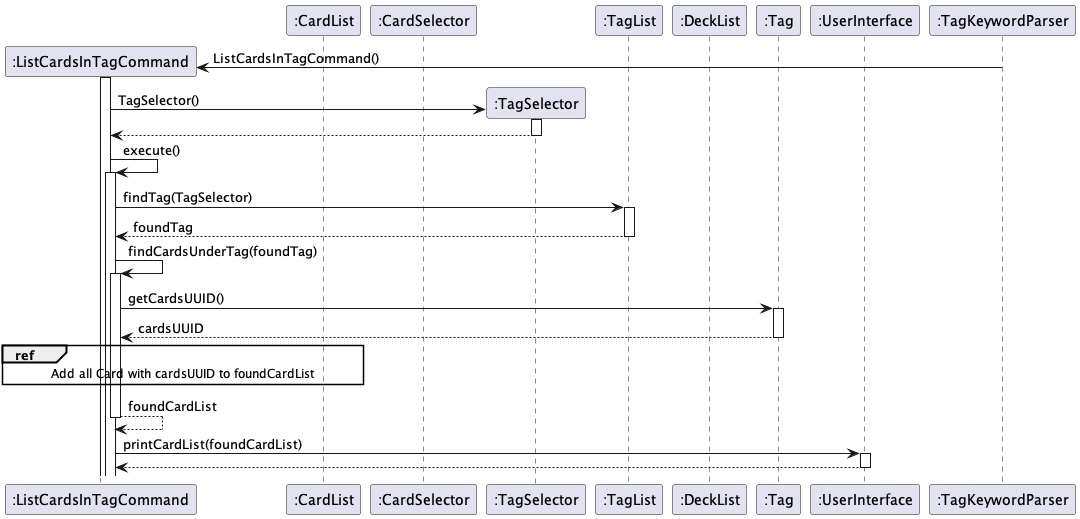
Above: docs/img/ListCardsUnderTagSequence.png in nus-cs2113-AY2223S2/tp (PlantUML), before the change.
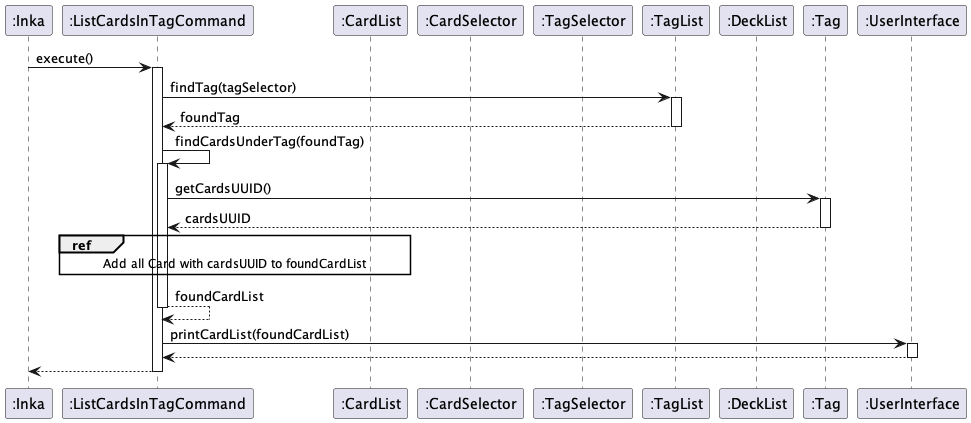
After the commit.

Change to the diagram source:
```diff
@@ -1,6 +1,8 @@
-@startuml
+@startuml ListCardsInTagCommand
+
 autoactivate on
 
+participant ":Inka" as Inka
 participant ":ListCardsInTagCommand" as ListCardsInTagCommand
 participant ":TagList" as TagList
 participant ":CardList" as CardList
@@ -11,20 +13,10 @@
 participant ":Tag" as Tag
 
 participant ":UserInterface" as UserInterface
-participant ":TagKeywordParser" as TagKeywordParser
 
 
-Create ListCardsInTagCommand
-TagKeywordParser -> ListCardsInTagCommand : ListCardsInTagCommand()
-activate ListCardsInTagCommand
-
-Create TagSelector
-ListCardsInTagCommand -> TagSelector : TagSelector()
-return
-
-
-ListCardsInTagCommand -> ListCardsInTagCommand: execute()
-ListCardsInTagCommand -> TagList : findTag(TagSelector)
+Inka -> ListCardsInTagCommand: execute()
+ListCardsInTagCommand -> TagList : findTag(tagSelector)
 return foundTag
 
 ListCardsInTagCommand -> ListCardsInTagCommand : findCardsUnderTag(foundTag)
@@ -42,4 +34,6 @@
 ListCardsInTagCommand -> UserInterface : printCardList(foundCardList)
 return
 
+return
+
 @enduml
```
